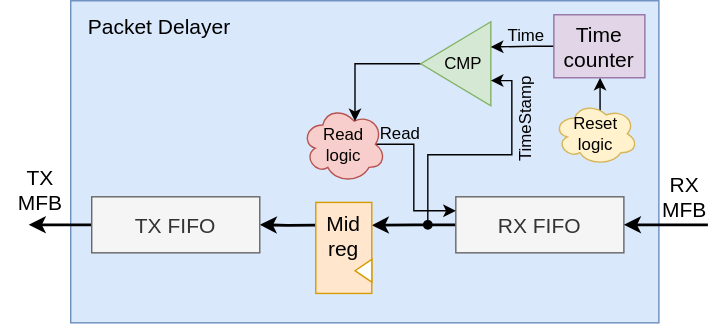
CESNET/ofm keeps this draw.io diagram as comp/mfb_tools/flow/packet_delayer/img/packet_delayer_diagram.drawio.svg. Above is the earlier version. Source tidied: cells renumbered, new cells last; positions are measured from the earlier drawing's top-left corner, leaving out a move shared by most shapes.
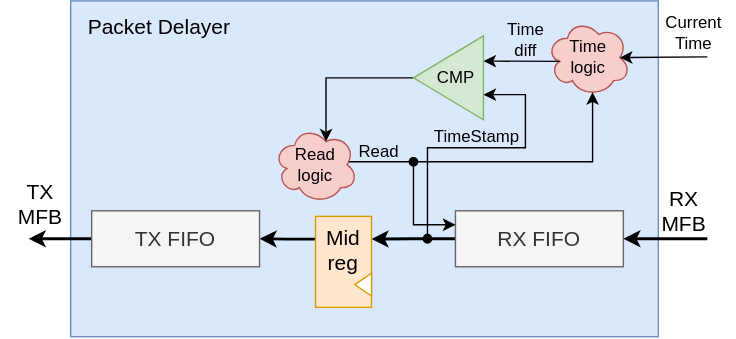
Later version of the same file.

Commit message:
MFB Packet Delayer [DOC]: update documentation and diagram due to recent changes

Diff of the diagram source:
```diff
@@ -3,7 +3,7 @@
     <mxCell id="0" />
     <mxCell id="1" parent="0" />
     <mxCell id="2" style="rounded=0;whiteSpace=wrap;html=1;fillColor=#dae8fc;strokeColor=#6c8ebf;" parent="1" vertex="1">
-      <mxGeometry x="50" width="420" height="230" as="geometry" />
+      <mxGeometry x="50" y="-10" width="420" height="240" as="geometry" />
     </mxCell>
     <mxCell id="3" style="edgeStyle=orthogonalEdgeStyle;rounded=0;jettySize=auto;html=1;exitX=0;exitY=0.5;exitDx=0;exitDy=0;strokeWidth=2;entryX=1;entryY=0.25;entryDx=0;entryDy=0;" parent="1" edge="1" source="4" target="26">
       <mxGeometry relative="1" as="geometry" />
@@ -14,65 +14,49 @@
     <mxCell id="5" style="edgeStyle=orthogonalEdgeStyle;rounded=0;jettySize=auto;html=1;entryX=0;entryY=0.25;entryDx=0;entryDy=0;exitX=0.875;exitY=0.5;exitDx=0;exitDy=0;exitPerimeter=0;" parent="1" edge="1" source="6" target="4">
       <mxGeometry relative="1" as="geometry">
         <Array as="points">
-          <mxPoint x="295" y="103" />
+          <mxPoint x="248" y="105" />
+          <mxPoint x="295" y="105" />
           <mxPoint x="295" y="150" />
         </Array>
       </mxGeometry>
     </mxCell>
     <mxCell id="6" value="Read&lt;br&gt;logic" style="ellipse;shape=cloud;whiteSpace=wrap;html=1;fillColor=#f8cecc;strokeColor=#b85450;" parent="1" vertex="1">
-      <mxGeometry x="215" y="75" width="60" height="55" as="geometry" />
+      <mxGeometry x="195" y="79.5" width="60" height="55" as="geometry" />
     </mxCell>
     <mxCell id="7" style="edgeStyle=orthogonalEdgeStyle;rounded=0;jettySize=auto;html=1;entryX=0.625;entryY=0.2;entryDx=0;entryDy=0;entryPerimeter=0;exitX=1;exitY=0.5;exitDx=0;exitDy=0;exitPerimeter=0;" parent="1" edge="1" source="8" target="6">
       <mxGeometry relative="1" as="geometry">
         <Array as="points">
-          <mxPoint x="253" y="45" />
-          <mxPoint x="253" y="86" />
+          <mxPoint x="233" y="45" />
         </Array>
       </mxGeometry>
     </mxCell>
-    <mxCell id="8" style="triangle;whiteSpace=wrap;html=1;rotation=0;flipH=1;points=[[0,0.25,0,0,0],[0,0.3,0,0,0],[0,0.5,0,0,0],[0,0.7,0,0,0],[0,0.75,0,0,0],[0.5,0,0,0,0],[0.5,1,0,0,0],[1,0.5,0,0,0]];fillColor=#d5e8d4;strokeColor=#82b366;" parent="1" vertex="1">
-      <mxGeometry x="300" y="15" width="50" height="60" as="geometry" />
-    </mxCell>
     <mxCell id="9" style="edgeStyle=orthogonalEdgeStyle;rounded=0;jettySize=auto;html=1;entryX=0;entryY=0.7;entryDx=0;entryDy=0;entryPerimeter=0;startArrow=oval;startFill=1;" parent="1" edge="1" target="8">
       <mxGeometry relative="1" as="geometry">
         <mxPoint x="305" y="160" as="sourcePoint" />
         <Array as="points">
-          <mxPoint x="305" y="160" />
-          <mxPoint x="305" y="110" />
-          <mxPoint x="365" y="110" />
-          <mxPoint x="365" y="57" />
+          <mxPoint x="305" y="95" />
+          <mxPoint x="375" y="95" />
+          <mxPoint x="375" y="57" />
         </Array>
       </mxGeometry>
     </mxCell>
-    <mxCell id="10" value="CMP" style="text;html=1;align=center;verticalAlign=middle;strokeColor=none;fillColor=none;" parent="1" vertex="1">
-      <mxGeometry x="305" y="30" width="50" height="30" as="geometry" />
-    </mxCell>
-    <mxCell id="11" value="TimeStamp" style="text;html=1;align=center;verticalAlign=middle;strokeColor=none;fillColor=none;rotation=-90;" parent="1" vertex="1">
-      <mxGeometry x="335" y="70" width="80" height="30" as="geometry" />
+    <mxCell id="11" value="TimeStamp" style="text;html=1;align=center;verticalAlign=middle;strokeColor=none;fillColor=none;rotation=0;" parent="1" vertex="1">
+      <mxGeometry x="300" y="72" width="80" height="30" as="geometry" />
     </mxCell>
-    <mxCell id="12" value="Time" style="text;html=1;align=center;verticalAlign=middle;strokeColor=none;fillColor=none;" parent="1" vertex="1">
-      <mxGeometry x="352.5" y="10" width="45" height="30" as="geometry" />
+    <mxCell id="12" value="Time&lt;br&gt;diff" style="text;html=1;align=center;verticalAlign=middle;strokeColor=none;fillColor=none;" parent="1" vertex="1">
+      <mxGeometry x="352.5" y="-5" width="45" height="45" as="geometry" />
     </mxCell>
-    <mxCell id="13" style="edgeStyle=orthogonalEdgeStyle;rounded=0;jettySize=auto;html=1;entryX=0;entryY=0.3;entryDx=0;entryDy=0;entryPerimeter=0;exitX=0;exitY=0.5;exitDx=0;exitDy=0;" parent="1" edge="1" source="15" target="8">
-      <mxGeometry relative="1" as="geometry">
-        <Array as="points">
-          <mxPoint x="380" y="33" />
-        </Array>
-      </mxGeometry>
-    </mxCell>
-    <mxCell id="14" style="edgeStyle=orthogonalEdgeStyle;rounded=0;jettySize=auto;html=1;exitX=0.625;exitY=0.2;exitDx=0;exitDy=0;exitPerimeter=0;" parent="1" edge="1" source="21" target="15">
+    <mxCell id="14" style="edgeStyle=orthogonalEdgeStyle;rounded=0;orthogonalLoop=1;jettySize=auto;html=1;exitX=0.625;exitY=0.2;exitDx=0;exitDy=0;exitPerimeter=0;" parent="1" edge="1">
       <mxGeometry relative="1" as="geometry">
+        <mxPoint x="432.5" y="81.5" as="sourcePoint" />
         <Array as="points">
           <mxPoint x="433" y="85" />
           <mxPoint x="428" y="85" />
         </Array>
       </mxGeometry>
     </mxCell>
-    <mxCell id="15" value="Time counter" style="whiteSpace=wrap;html=1;fontSize=15;fillColor=#e1d5e7;strokeColor=#9673a6;" parent="1" vertex="1">
-      <mxGeometry x="395" y="10" width="65" height="45" as="geometry" />
-    </mxCell>
     <mxCell id="16" value="Read" style="text;html=1;align=center;verticalAlign=middle;strokeColor=none;fillColor=none;" parent="1" vertex="1">
-      <mxGeometry x="260" y="80" width="50" height="30" as="geometry" />
+      <mxGeometry x="245" y="83" width="50" height="30" as="geometry" />
     </mxCell>
     <mxCell id="17" style="edgeStyle=orthogonalEdgeStyle;rounded=0;jettySize=auto;html=1;exitX=0;exitY=0.25;exitDx=0;exitDy=0;entryX=1;entryY=0.5;entryDx=0;entryDy=0;strokeWidth=2;" parent="1" edge="1" source="26" target="19">
       <mxGeometry relative="1" as="geometry" />
@@ -86,11 +70,8 @@
       <mxGeometry x="65" y="140" width="120" height="40" as="geometry" />
     </mxCell>
     <mxCell id="20" value="Packet Delayer" style="text;html=1;align=center;verticalAlign=middle;strokeColor=none;fillColor=none;fontSize=15;" parent="1" vertex="1">
-      <mxGeometry x="50" width="125" height="35" as="geometry" />
+      <mxGeometry x="50" y="-10" width="125" height="35" as="geometry" />
     </mxCell>
-    <mxCell id="21" value="Reset&lt;br&gt;logic" style="ellipse;shape=cloud;whiteSpace=wrap;html=1;fillColor=#fff2cc;strokeColor=#d6b656;" parent="1" vertex="1">
-      <mxGeometry x="395" y="72.5" width="60" height="45" as="geometry" />
-    </mxCell>
     <mxCell id="22" style="endArrow=classic;html=1;rounded=0;entryX=1;entryY=0.5;entryDx=0;entryDy=0;strokeWidth=2;" parent="1" edge="1" target="4">
       <mxGeometry relative="1" as="geometry">
         <mxPoint x="505" y="160" as="sourcePoint" />
@@ -111,5 +92,36 @@
     <mxCell id="27" style="triangle;whiteSpace=wrap;html=1;flipV=0;flipH=1;strokeColor=#D79B00;" parent="25" vertex="1">
       <mxGeometry x="28" y="40.6" width="12" height="16.2" as="geometry" />
     </mxCell>
+    <mxCell id="28" value="Current&lt;br&gt;Time" style="text;html=1;align=center;verticalAlign=middle;strokeColor=none;fillColor=none;" parent="1" vertex="1">
+      <mxGeometry x="465" y="-10" width="60" height="45" as="geometry" />
+    </mxCell>
+    <mxCell id="29" value="Time&lt;br&gt;logic" style="ellipse;shape=cloud;whiteSpace=wrap;html=1;fillColor=#f8cecc;strokeColor=#b85450;" parent="1" vertex="1">
+      <mxGeometry x="390" y="3" width="60" height="55" as="geometry" />
+    </mxCell>
+    <mxCell id="30" style="endArrow=classic;html=1;rounded=0;entryX=0;entryY=0.3;entryDx=0;entryDy=0;entryPerimeter=0;exitX=0.16;exitY=0.55;exitDx=0;exitDy=0;exitPerimeter=0;" parent="1" edge="1" source="29" target="8">
+      <mxGeometry relative="1" as="geometry" />
+    </mxCell>
+    <mxCell id="31" style="endArrow=classic;html=1;rounded=0;entryX=0.875;entryY=0.5;entryDx=0;entryDy=0;entryPerimeter=0;" parent="1" edge="1" target="29">
+      <mxGeometry relative="1" as="geometry">
+        <mxPoint x="505" y="30" as="sourcePoint" />
+      </mxGeometry>
+    </mxCell>
+    <mxCell id="32" style="endArrow=classic;html=1;rounded=0;entryX=0.55;entryY=0.95;entryDx=0;entryDy=0;entryPerimeter=0;edgeStyle=elbowEdgeStyle;startArrow=oval;startFill=1;" parent="1" edge="1" target="29">
+      <mxGeometry relative="1" as="geometry">
+        <mxPoint x="295" y="105" as="sourcePoint" />
+        <Array as="points">
+          <mxPoint x="423" y="80" />
+        </Array>
+      </mxGeometry>
+    </mxCell>
+    <mxCell id="33" style="group;" parent="1" vertex="1">
+      <mxGeometry x="295" y="15" width="55" height="60" as="geometry" />
+    </mxCell>
+    <mxCell id="8" style="triangle;whiteSpace=wrap;html=1;rotation=0;flipH=1;points=[[0,0.25,0,0,0],[0,0.3,0,0,0],[0,0.5,0,0,0],[0,0.7,0,0,0],[0,0.75,0,0,0],[0.5,0,0,0,0],[0.5,1,0,0,0],[1,0.5,0,0,0]];fillColor=#d5e8d4;strokeColor=#82b366;" parent="33" vertex="1">
+      <mxGeometry width="50" height="60" as="geometry" />
+    </mxCell>
+    <mxCell id="10" value="CMP" style="text;html=1;align=center;verticalAlign=middle;strokeColor=none;fillColor=none;" parent="33" vertex="1">
+      <mxGeometry x="5" y="15" width="50" height="30" as="geometry" />
+    </mxCell>
   </root>
 </mxGraphModel>
```
